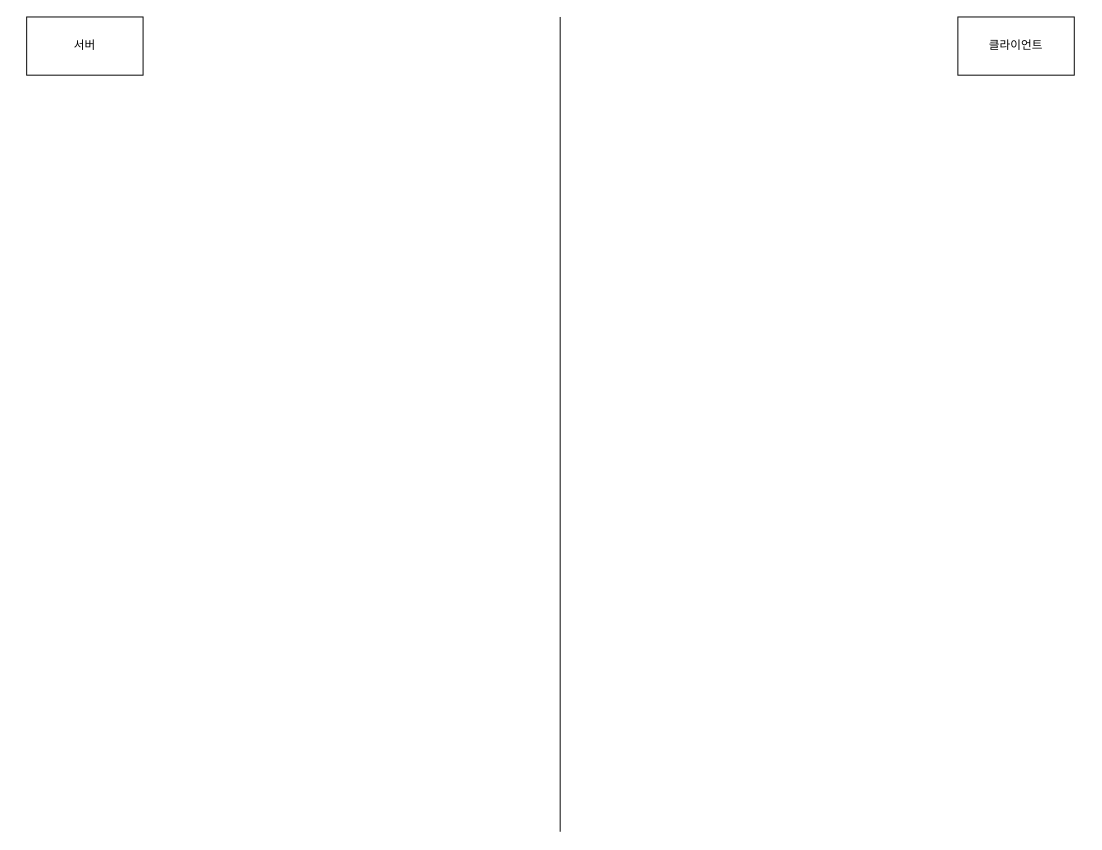
The draw.io diagram Untitled Diagram.drawio in riulwoo/WorkMate, before the edit. Source tidied: cells renumbered, new cells numbered last; positions are measured from the earlier drawing's top-left corner, leaving out a move shared by most shapes. Both pictures are drawn from the tidied source at 97%, with x=0, y=0 at pixel (26, 16).
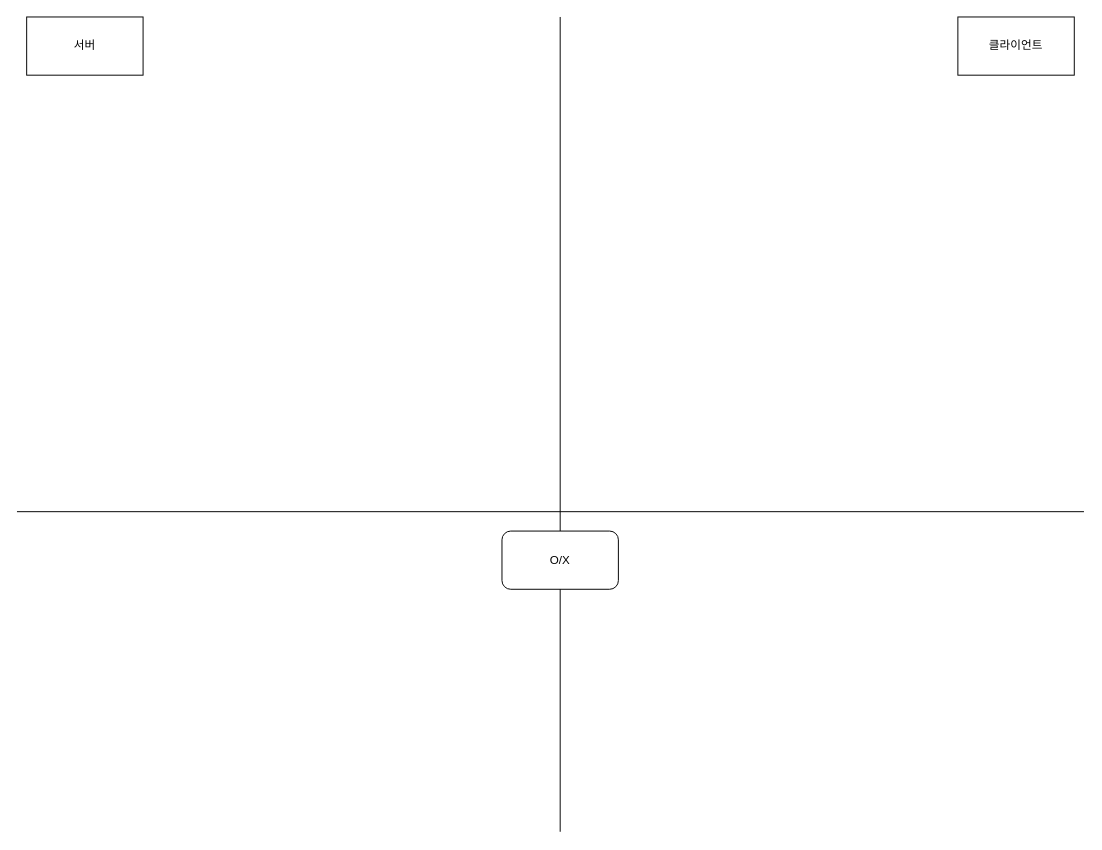
Above is the later version.

The edit, as a diff of the source:
```diff
@@
 <mxGraphModel>
   <root>
     <mxCell id="0" />
     <mxCell id="1" parent="0" />
     <mxCell id="2" style="endArrow=none;html=1;rounded=0;" parent="1" edge="1">
       <mxGeometry relative="1" as="geometry">
         <mxPoint x="550" y="840" as="sourcePoint" />
         <mxPoint x="550" as="targetPoint" />
       </mxGeometry>
     </mxCell>
     <mxCell id="3" value="서버" style="rounded=0;whiteSpace=wrap;html=1;" parent="1" vertex="1">
       <mxGeometry width="120" height="60" as="geometry" />
     </mxCell>
     <mxCell id="4" value="클라이언트" style="rounded=0;whiteSpace=wrap;html=1;" parent="1" vertex="1">
       <mxGeometry x="960" width="120" height="60" as="geometry" />
     </mxCell>
+    <mxCell id="5" style="endArrow=none;html=1;rounded=0;" parent="1" edge="1">
+      <mxGeometry relative="1" as="geometry">
+        <mxPoint x="1090" y="510" as="sourcePoint" />
+        <mxPoint x="-10" y="510" as="targetPoint" />
+      </mxGeometry>
+    </mxCell>
+    <mxCell id="6" value="O/X" style="rounded=1;whiteSpace=wrap;html=1;" parent="1" vertex="1">
+      <mxGeometry x="490" y="530" width="120" height="60" as="geometry" />
+    </mxCell>
   </root>
 </mxGraphModel>
```
